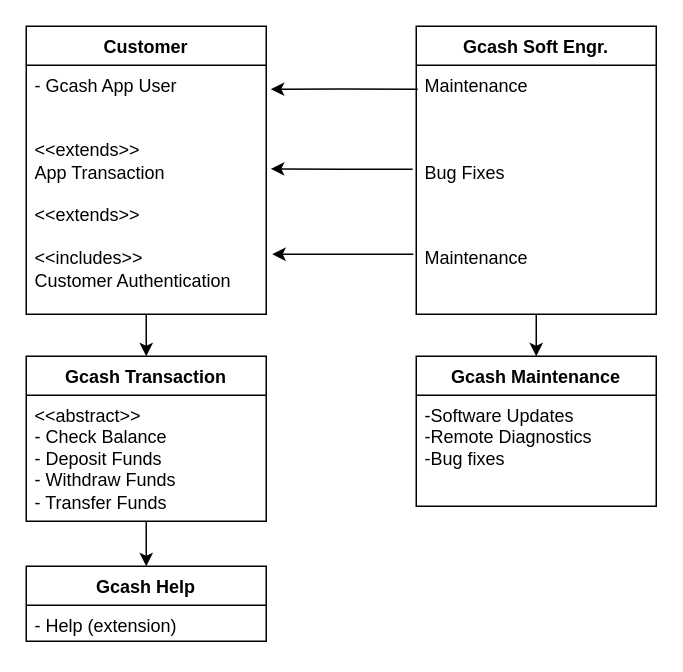
Above: tasksheet/Use-case.drawio in cocomarktea/TesdaActivity (draw.io), before the change. Source tidied: cells renumbered, new cells numbered last; positions are measured from the earlier drawing's top-left corner, leaving out a move shared by most shapes. Both pictures are drawn from the tidied source at 150%, with x=0, y=0 at pixel (26, 26).
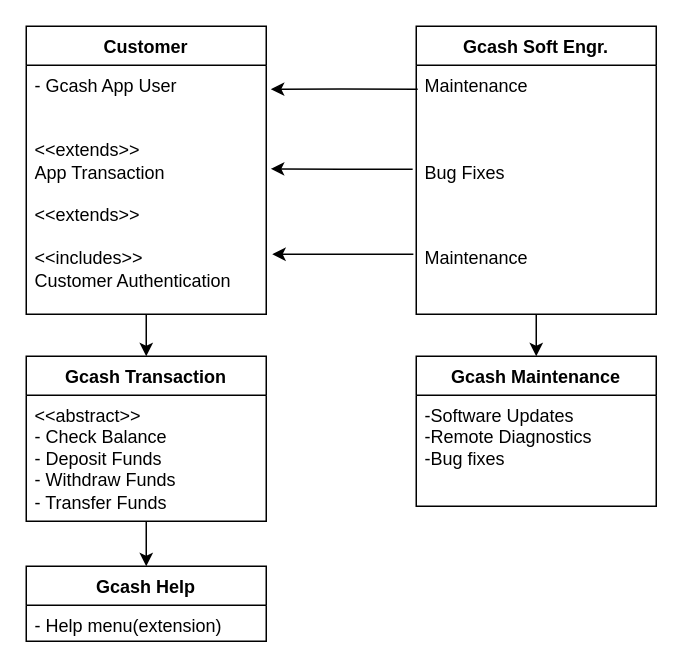
Above is the later version.

Change to the diagram source:
```diff
@@
 <mxGraphModel>
   <root>
     <mxCell id="0" />
     <mxCell id="1" parent="0" />
     <mxCell id="2" style="edgeStyle=orthogonalEdgeStyle;rounded=0;jettySize=auto;html=1;" parent="1" edge="1" source="3" target="12">
       <mxGeometry relative="1" as="geometry" />
     </mxCell>
     <mxCell id="3" value="Customer" style="swimlane;fontStyle=1;align=center;verticalAlign=top;horizontal=1;startSize=26;whiteSpace=wrap;html=1;" parent="1" vertex="1">
       <mxGeometry width="160" height="192" as="geometry" />
     </mxCell>
     <mxCell id="4" value="- Gcash App User&lt;br&gt;&lt;br&gt;&lt;br&gt;&amp;lt;&amp;lt;extends&amp;gt;&amp;gt;&lt;br&gt;App Transaction&lt;br&gt;&lt;br&gt;&amp;lt;&amp;lt;extends&amp;gt;&amp;gt;&lt;br&gt;&lt;br&gt;&amp;lt;&amp;lt;includes&amp;gt;&amp;gt;&lt;br&gt;Customer Authentication" style="text;strokeColor=none;fillColor=none;align=left;verticalAlign=top;spacingLeft=4;spacingRight=4;overflow=hidden;points=[[0,0.5],[1,0.5]];portConstraint=eastwest;whiteSpace=wrap;html=1;" parent="3" vertex="1">
       <mxGeometry y="26" width="160" height="166" as="geometry" />
     </mxCell>
     <mxCell id="5" style="edgeStyle=orthogonalEdgeStyle;rounded=0;jettySize=auto;html=1;" parent="1" edge="1" source="6" target="14">
       <mxGeometry relative="1" as="geometry" />
     </mxCell>
     <mxCell id="6" value="Gcash Soft Engr." style="swimlane;fontStyle=1;align=center;verticalAlign=top;horizontal=1;startSize=26;whiteSpace=wrap;html=1;" parent="1" vertex="1">
       <mxGeometry x="260" width="160" height="192" as="geometry" />
     </mxCell>
     <mxCell id="7" value="Maintenance&lt;br&gt;&lt;br&gt;&lt;br&gt;&lt;br&gt;Bug Fixes&lt;br&gt;&lt;br&gt;&lt;br&gt;&lt;br&gt;Maintenance" style="text;strokeColor=none;fillColor=none;align=left;verticalAlign=top;spacingLeft=4;spacingRight=4;overflow=hidden;points=[[0,0.5],[1,0.5]];portConstraint=eastwest;whiteSpace=wrap;html=1;" parent="6" vertex="1">
       <mxGeometry y="26" width="160" height="166" as="geometry" />
     </mxCell>
     <mxCell id="8" style="edgeStyle=orthogonalEdgeStyle;rounded=0;jettySize=auto;html=1;entryX=1.019;entryY=0.416;entryDx=0;entryDy=0;entryPerimeter=0;exitX=-0.015;exitY=0.418;exitDx=0;exitDy=0;exitPerimeter=0;" parent="1" edge="1" source="7" target="4">
       <mxGeometry relative="1" as="geometry" />
     </mxCell>
     <mxCell id="9" style="edgeStyle=orthogonalEdgeStyle;rounded=0;jettySize=auto;html=1;entryX=1.019;entryY=0.096;entryDx=0;entryDy=0;entryPerimeter=0;exitX=0.006;exitY=0.096;exitDx=0;exitDy=0;exitPerimeter=0;" parent="1" edge="1" source="7" target="4">
       <mxGeometry relative="1" as="geometry" />
     </mxCell>
     <mxCell id="10" style="edgeStyle=orthogonalEdgeStyle;rounded=0;jettySize=auto;html=1;entryX=1.025;entryY=0.759;entryDx=0;entryDy=0;entryPerimeter=0;exitX=-0.012;exitY=0.759;exitDx=0;exitDy=0;exitPerimeter=0;" parent="1" edge="1" source="7" target="4">
       <mxGeometry relative="1" as="geometry" />
     </mxCell>
     <mxCell id="11" style="edgeStyle=orthogonalEdgeStyle;rounded=0;jettySize=auto;html=1;" parent="1" edge="1" source="12" target="16">
       <mxGeometry relative="1" as="geometry" />
     </mxCell>
     <mxCell id="12" value="Gcash Transaction" style="swimlane;fontStyle=1;align=center;verticalAlign=top;horizontal=1;startSize=26;whiteSpace=wrap;html=1;" parent="1" vertex="1">
       <mxGeometry y="220" width="160" height="110" as="geometry" />
     </mxCell>
     <mxCell id="13" value="&amp;lt;&amp;lt;abstract&amp;gt;&amp;gt;&lt;br&gt;- Check Balance&lt;br&gt;- Deposit Funds&lt;br&gt;- Withdraw Funds&lt;br&gt;- Transfer Funds" style="text;strokeColor=none;fillColor=none;align=left;verticalAlign=top;spacingLeft=4;spacingRight=4;overflow=hidden;whiteSpace=wrap;html=1;" parent="12" vertex="1">
       <mxGeometry y="26" width="160" height="84" as="geometry" />
     </mxCell>
     <mxCell id="14" value="Gcash Maintenance" style="swimlane;fontStyle=1;align=center;verticalAlign=top;horizontal=1;startSize=26;whiteSpace=wrap;html=1;" parent="1" vertex="1">
       <mxGeometry x="260" y="220" width="160" height="100" as="geometry" />
     </mxCell>
     <mxCell id="15" value="-Software Updates&lt;br&gt;-Remote Diagnostics&lt;br&gt;-Bug fixes" style="text;strokeColor=none;fillColor=none;align=left;verticalAlign=top;spacingLeft=4;spacingRight=4;overflow=hidden;whiteSpace=wrap;html=1;" parent="14" vertex="1">
       <mxGeometry y="26" width="160" height="74" as="geometry" />
     </mxCell>
     <mxCell id="16" value="Gcash Help" style="swimlane;fontStyle=1;align=center;verticalAlign=top;horizontal=1;startSize=26;whiteSpace=wrap;html=1;" parent="1" vertex="1">
       <mxGeometry y="360" width="160" height="50" as="geometry" />
     </mxCell>
-    <mxCell id="17" value="- Help (extension)" style="text;strokeColor=none;fillColor=none;align=left;verticalAlign=top;spacingLeft=4;spacingRight=4;overflow=hidden;whiteSpace=wrap;html=1;" parent="16" vertex="1">
+    <mxCell id="17" value="- Help menu(extension)" style="text;strokeColor=none;fillColor=none;align=left;verticalAlign=top;spacingLeft=4;spacingRight=4;overflow=hidden;whiteSpace=wrap;html=1;" parent="16" vertex="1">
       <mxGeometry y="26" width="160" height="24" as="geometry" />
     </mxCell>
   </root>
 </mxGraphModel>
```
